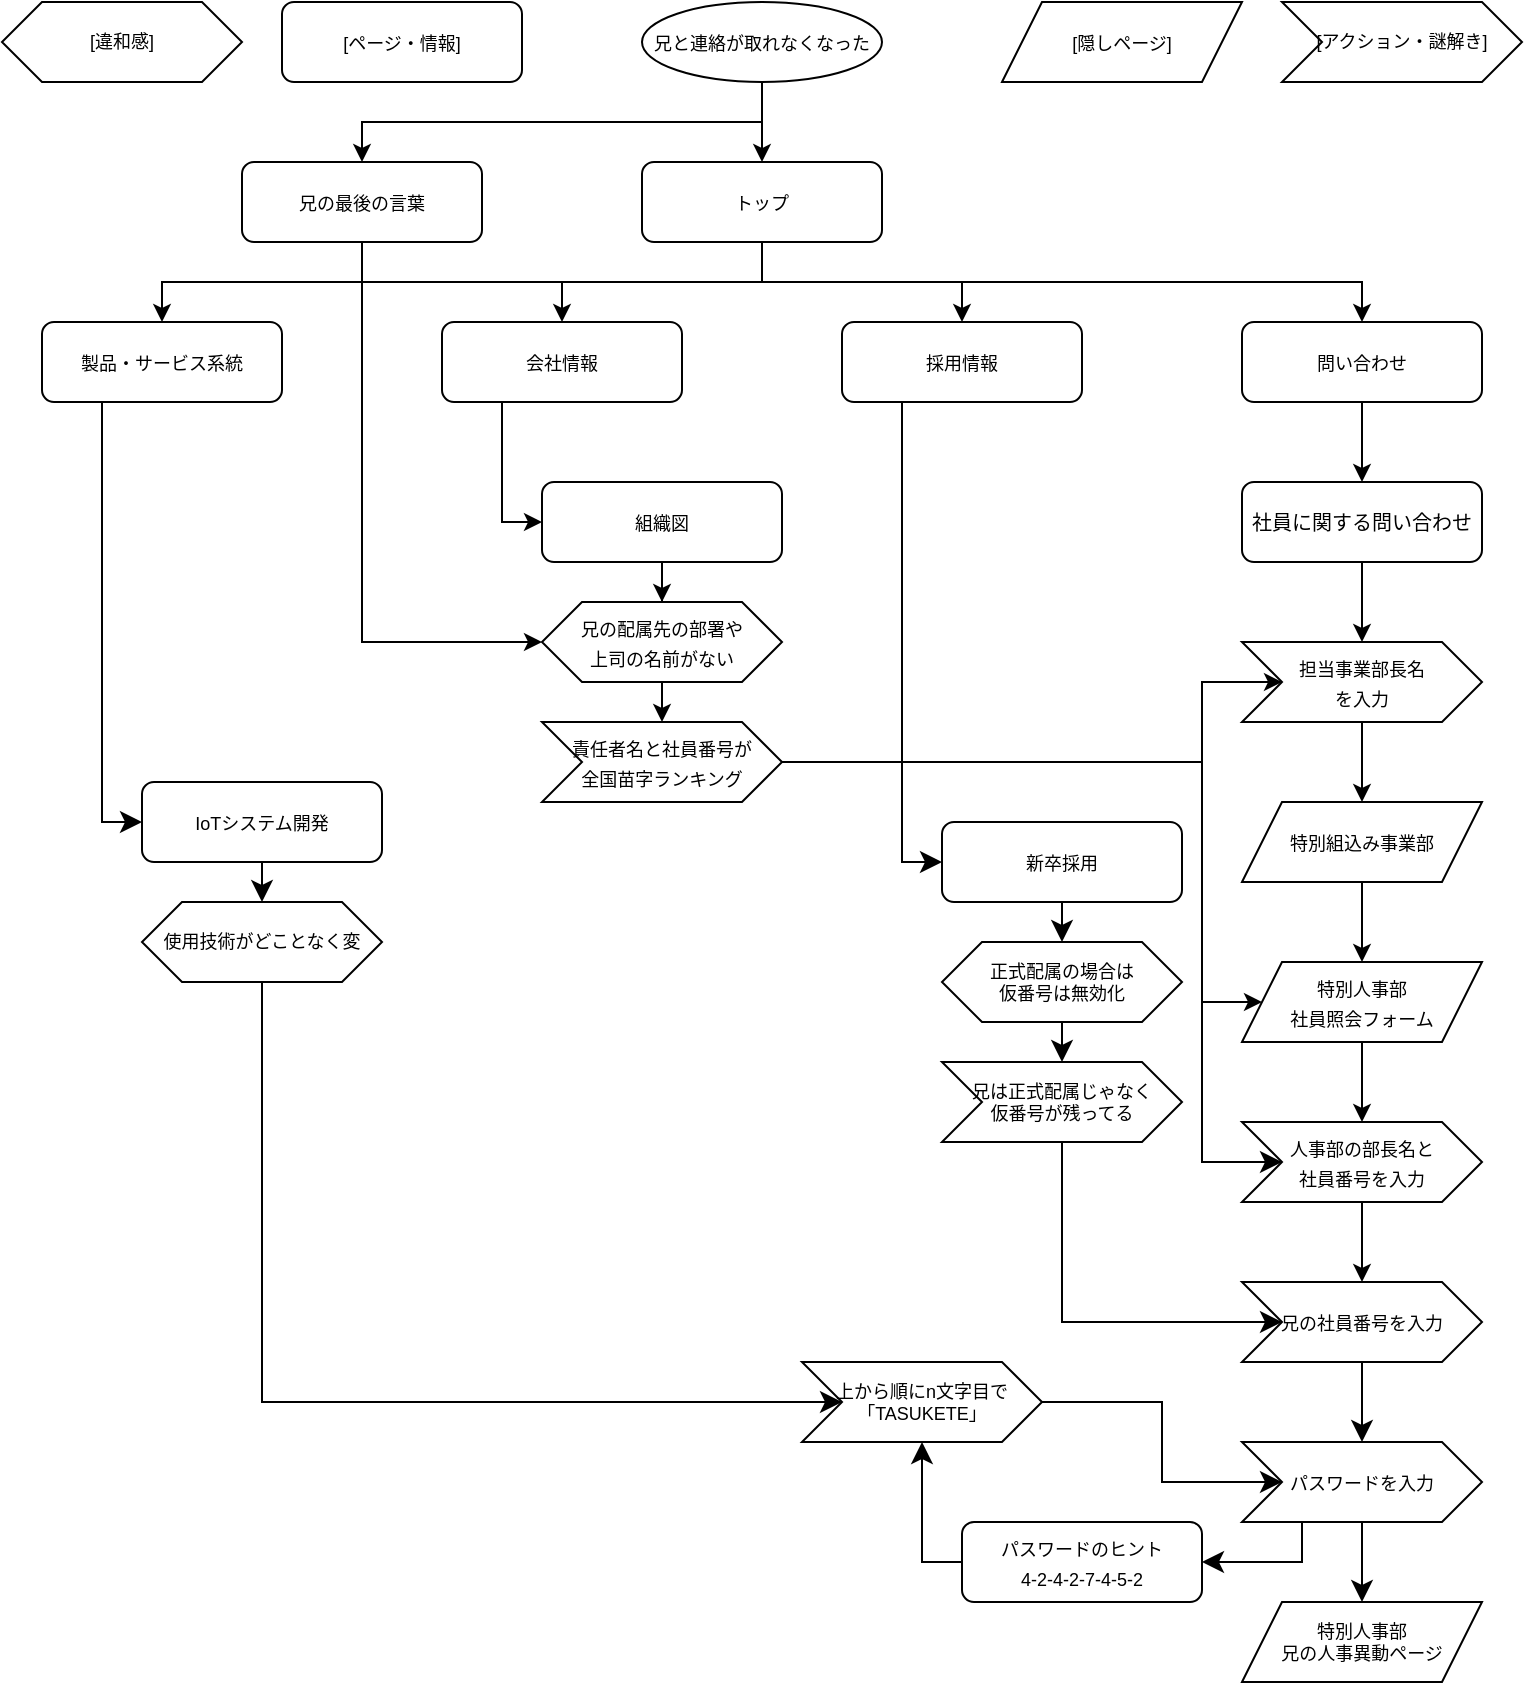
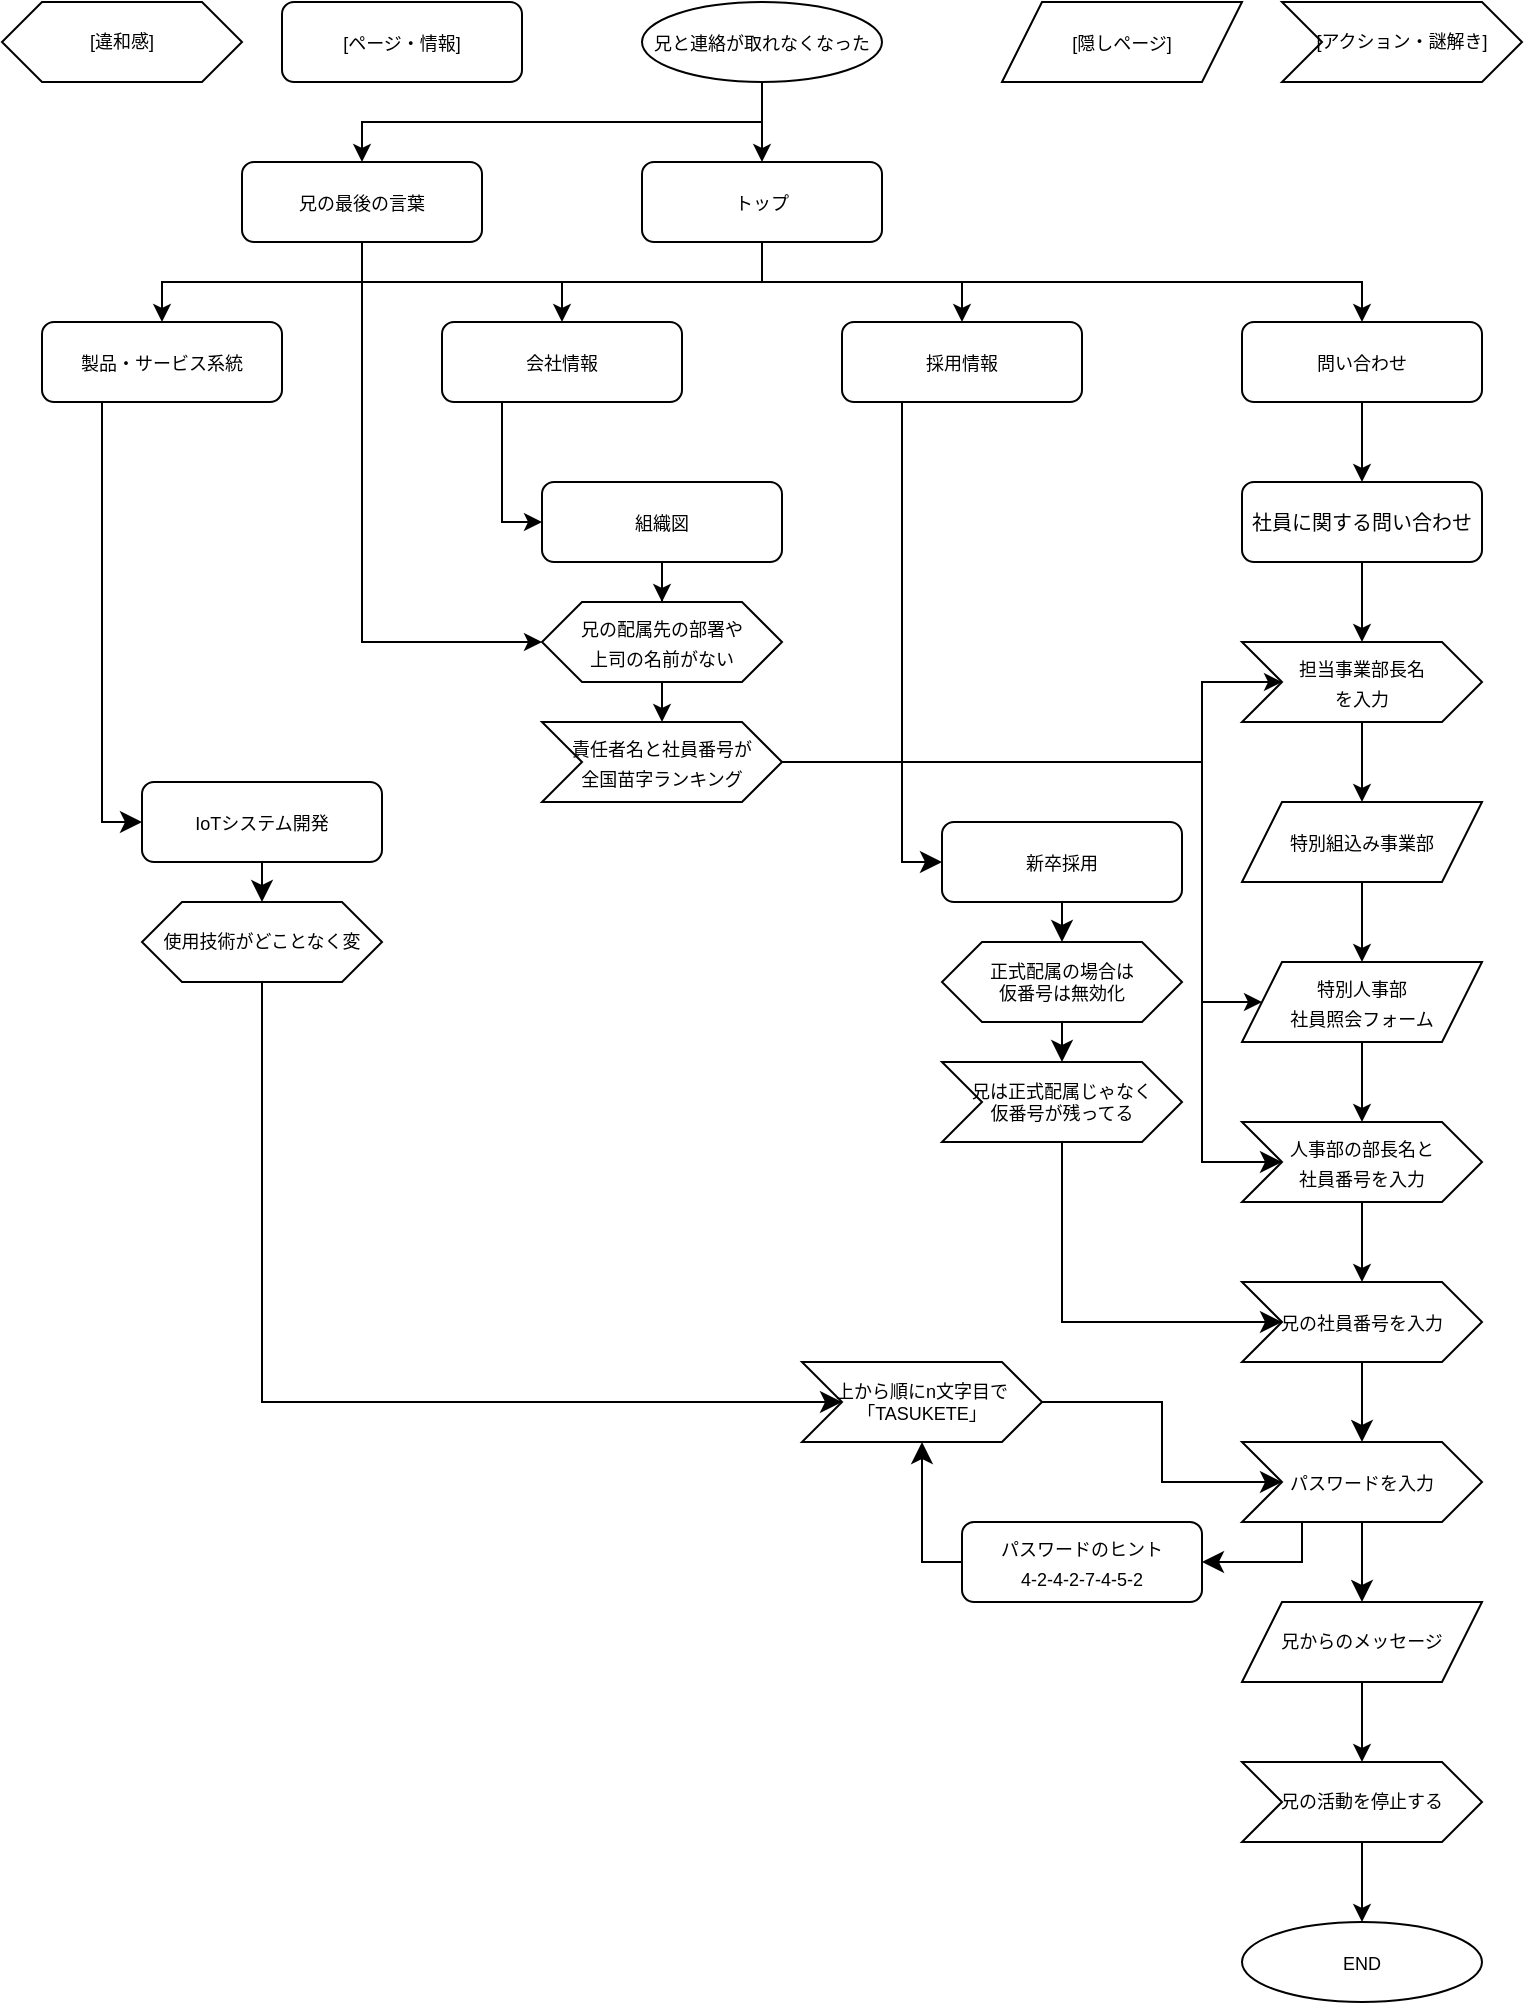
<mxfile host="app.diagrams.net">
  <diagram name="ページ-1" id="SspNnKsi7fuRaBvJYO7E">
-     <mxGraphModel dx="824" dy="568" grid="1" gridSize="10" guides="1" tooltips="1" connect="1" arrows="1" fold="1" page="1" pageScale="1" pageWidth="800" pageHeight="1169" math="0" shadow="0">
+     <mxGraphModel dx="858" dy="548" grid="1" gridSize="10" guides="1" tooltips="1" connect="1" arrows="1" fold="1" page="1" pageScale="1" pageWidth="800" pageHeight="1169" math="0" shadow="0">
      <root>
        <mxCell id="0" />
        <mxCell id="1" parent="0" />
        <mxCell id="Oz_Tc0_ftmsHe5I9UQDS-19" edge="1" parent="1" source="Oz_Tc0_ftmsHe5I9UQDS-2" style="edgeStyle=orthogonalEdgeStyle;rounded=0;orthogonalLoop=1;jettySize=auto;html=1;exitX=0.5;exitY=1;exitDx=0;exitDy=0;" target="Oz_Tc0_ftmsHe5I9UQDS-18">
          <mxGeometry relative="1" as="geometry" />
        </mxCell>
        <mxCell id="Oz_Tc0_ftmsHe5I9UQDS-51" edge="1" parent="1" source="Oz_Tc0_ftmsHe5I9UQDS-2" style="edgeStyle=orthogonalEdgeStyle;rounded=0;orthogonalLoop=1;jettySize=auto;html=1;exitX=0.5;exitY=1;exitDx=0;exitDy=0;entryX=0.5;entryY=0;entryDx=0;entryDy=0;" target="Oz_Tc0_ftmsHe5I9UQDS-55">
          <mxGeometry relative="1" as="geometry">
            <mxPoint x="260" y="120" as="targetPoint" />
          </mxGeometry>
        </mxCell>
        <mxCell id="Oz_Tc0_ftmsHe5I9UQDS-2" parent="1" style="ellipse;whiteSpace=wrap;html=1;" value="&lt;font style=&quot;font-size: 9px;&quot;&gt;兄と連絡が取れなくなった&lt;/font&gt;" vertex="1">
          <mxGeometry height="40" width="120" x="340" y="40" as="geometry" />
        </mxCell>
        <mxCell id="Oz_Tc0_ftmsHe5I9UQDS-24" edge="1" parent="1" source="Oz_Tc0_ftmsHe5I9UQDS-18" style="edgeStyle=orthogonalEdgeStyle;rounded=0;orthogonalLoop=1;jettySize=auto;html=1;exitX=0.5;exitY=1;exitDx=0;exitDy=0;entryX=0.5;entryY=0;entryDx=0;entryDy=0;" target="Oz_Tc0_ftmsHe5I9UQDS-23">
          <mxGeometry relative="1" as="geometry" />
        </mxCell>
        <mxCell id="Oz_Tc0_ftmsHe5I9UQDS-44" edge="1" parent="1" source="Oz_Tc0_ftmsHe5I9UQDS-18" style="edgeStyle=orthogonalEdgeStyle;rounded=0;orthogonalLoop=1;jettySize=auto;html=1;exitX=0.5;exitY=1;exitDx=0;exitDy=0;entryX=0.5;entryY=0;entryDx=0;entryDy=0;" target="Oz_Tc0_ftmsHe5I9UQDS-41">
          <mxGeometry relative="1" as="geometry" />
        </mxCell>
        <mxCell id="Oz_Tc0_ftmsHe5I9UQDS-45" edge="1" parent="1" source="Oz_Tc0_ftmsHe5I9UQDS-18" style="edgeStyle=orthogonalEdgeStyle;rounded=0;orthogonalLoop=1;jettySize=auto;html=1;exitX=0.5;exitY=1;exitDx=0;exitDy=0;entryX=0.5;entryY=0;entryDx=0;entryDy=0;" target="Oz_Tc0_ftmsHe5I9UQDS-42">
          <mxGeometry relative="1" as="geometry" />
        </mxCell>
        <mxCell id="Oz_Tc0_ftmsHe5I9UQDS-46" edge="1" parent="1" source="Oz_Tc0_ftmsHe5I9UQDS-18" style="edgeStyle=orthogonalEdgeStyle;rounded=0;orthogonalLoop=1;jettySize=auto;html=1;exitX=0.5;exitY=1;exitDx=0;exitDy=0;" target="Oz_Tc0_ftmsHe5I9UQDS-43">
          <mxGeometry relative="1" as="geometry" />
        </mxCell>
        <mxCell id="Oz_Tc0_ftmsHe5I9UQDS-18" parent="1" style="rounded=1;whiteSpace=wrap;html=1;" value="&lt;font style=&quot;font-size: 9px;&quot;&gt;トップ&lt;/font&gt;" vertex="1">
          <mxGeometry height="40" width="120" x="340" y="120" as="geometry" />
        </mxCell>
        <mxCell id="Oz_Tc0_ftmsHe5I9UQDS-37" edge="1" parent="1" source="Oz_Tc0_ftmsHe5I9UQDS-69" style="edgeStyle=orthogonalEdgeStyle;rounded=0;orthogonalLoop=1;jettySize=auto;html=1;exitX=0.5;exitY=1;exitDx=0;exitDy=0;entryX=0.5;entryY=0;entryDx=0;entryDy=0;" target="Oz_Tc0_ftmsHe5I9UQDS-35">
          <mxGeometry relative="1" as="geometry" />
        </mxCell>
        <mxCell id="Oz_Tc0_ftmsHe5I9UQDS-25" edge="1" parent="1" source="Oz_Tc0_ftmsHe5I9UQDS-23" style="edgeStyle=orthogonalEdgeStyle;rounded=0;orthogonalLoop=1;jettySize=auto;html=1;exitX=0.5;exitY=1;exitDx=0;exitDy=0;entryX=0.5;entryY=0;entryDx=0;entryDy=0;" target="Oz_Tc0_ftmsHe5I9UQDS-69">
          <mxGeometry relative="1" as="geometry" />
        </mxCell>
        <mxCell id="Oz_Tc0_ftmsHe5I9UQDS-23" parent="1" style="rounded=1;whiteSpace=wrap;html=1;" value="&lt;font style=&quot;font-size: 9px;&quot;&gt;問い合わせ&lt;/font&gt;" vertex="1">
          <mxGeometry height="40" width="120" x="640" y="200" as="geometry" />
        </mxCell>
        <mxCell id="Oz_Tc0_ftmsHe5I9UQDS-27" parent="1" style="rounded=1;whiteSpace=wrap;html=1;" value="&lt;font style=&quot;font-size: 9px;&quot;&gt;[ページ・情報]&lt;/font&gt;" vertex="1">
          <mxGeometry height="40" width="120" x="160" y="40" as="geometry" />
        </mxCell>
        <mxCell id="Oz_Tc0_ftmsHe5I9UQDS-29" parent="1" style="shape=hexagon;perimeter=hexagonPerimeter2;whiteSpace=wrap;html=1;fixedSize=1;fontSize=9;" value="&lt;font&gt;[違和感]&lt;/font&gt;" vertex="1">
          <mxGeometry height="40" width="120" x="20" y="40" as="geometry" />
        </mxCell>
        <mxCell id="Oz_Tc0_ftmsHe5I9UQDS-31" parent="1" style="shape=parallelogram;perimeter=parallelogramPerimeter;whiteSpace=wrap;html=1;fixedSize=1;" value="&lt;font style=&quot;font-size: 9px;&quot;&gt;[隠しページ]&lt;/font&gt;" vertex="1">
          <mxGeometry height="40" width="120" x="520" y="40" as="geometry" />
        </mxCell>
        <mxCell id="Oz_Tc0_ftmsHe5I9UQDS-34" parent="1" style="shape=step;perimeter=stepPerimeter;whiteSpace=wrap;html=1;fixedSize=1;fontSize=9;" value="&lt;font&gt;[アクション・謎解き]&lt;/font&gt;" vertex="1">
          <mxGeometry height="40" width="120" x="660" y="40" as="geometry" />
        </mxCell>
        <mxCell id="Oz_Tc0_ftmsHe5I9UQDS-39" edge="1" parent="1" source="Oz_Tc0_ftmsHe5I9UQDS-35" style="edgeStyle=orthogonalEdgeStyle;rounded=0;orthogonalLoop=1;jettySize=auto;html=1;exitX=0.5;exitY=1;exitDx=0;exitDy=0;entryX=0.5;entryY=0;entryDx=0;entryDy=0;" target="Oz_Tc0_ftmsHe5I9UQDS-38">
          <mxGeometry relative="1" as="geometry" />
        </mxCell>
        <mxCell id="Oz_Tc0_ftmsHe5I9UQDS-35" parent="1" style="shape=step;perimeter=stepPerimeter;whiteSpace=wrap;html=1;fixedSize=1;" value="&lt;font style=&quot;font-size: 9px;&quot;&gt;担当事業部長名&lt;/font&gt;&lt;div&gt;&lt;span style=&quot;font-size: 9px; background-color: transparent; color: light-dark(rgb(0, 0, 0), rgb(255, 255, 255));&quot;&gt;を入力&lt;/span&gt;&lt;/div&gt;" vertex="1">
          <mxGeometry height="40" width="120" x="640" y="360" as="geometry" />
        </mxCell>
        <mxCell id="yNmSESkKe9NjBtatHqW6-9" edge="1" parent="1" source="Oz_Tc0_ftmsHe5I9UQDS-38" style="edgeStyle=orthogonalEdgeStyle;rounded=0;orthogonalLoop=1;jettySize=auto;html=1;exitX=0.5;exitY=1;exitDx=0;exitDy=0;" target="yNmSESkKe9NjBtatHqW6-6">
          <mxGeometry relative="1" as="geometry" />
        </mxCell>
        <mxCell id="Oz_Tc0_ftmsHe5I9UQDS-38" parent="1" style="shape=parallelogram;perimeter=parallelogramPerimeter;whiteSpace=wrap;html=1;fixedSize=1;" value="&lt;font style=&quot;font-size: 9px;&quot;&gt;特別組込み事業部&lt;/font&gt;" vertex="1">
          <mxGeometry height="40" width="120" x="640" y="440" as="geometry" />
        </mxCell>
        <mxCell id="8jVOORBlu2fCqjkz3l5s-9" edge="1" parent="1" source="Oz_Tc0_ftmsHe5I9UQDS-41" style="edgeStyle=none;curved=0;rounded=0;orthogonalLoop=1;jettySize=auto;html=1;exitX=0.25;exitY=1;exitDx=0;exitDy=0;entryX=0;entryY=0.5;entryDx=0;entryDy=0;fontSize=12;startSize=8;endSize=8;" target="8jVOORBlu2fCqjkz3l5s-8">
          <mxGeometry relative="1" as="geometry">
            <Array as="points">
              <mxPoint x="470" y="470" />
            </Array>
          </mxGeometry>
        </mxCell>
        <mxCell id="Oz_Tc0_ftmsHe5I9UQDS-41" parent="1" style="rounded=1;whiteSpace=wrap;html=1;" value="&lt;font style=&quot;font-size: 9px;&quot;&gt;採用情報&lt;/font&gt;" vertex="1">
          <mxGeometry height="40" width="120" x="440" y="200" as="geometry" />
        </mxCell>
        <mxCell id="Oz_Tc0_ftmsHe5I9UQDS-48" edge="1" parent="1" source="Oz_Tc0_ftmsHe5I9UQDS-42" style="edgeStyle=orthogonalEdgeStyle;rounded=0;orthogonalLoop=1;jettySize=auto;html=1;exitX=0.25;exitY=1;exitDx=0;exitDy=0;entryX=0;entryY=0.5;entryDx=0;entryDy=0;" target="Oz_Tc0_ftmsHe5I9UQDS-47">
          <mxGeometry relative="1" as="geometry" />
        </mxCell>
        <mxCell id="Oz_Tc0_ftmsHe5I9UQDS-42" parent="1" style="rounded=1;whiteSpace=wrap;html=1;" value="&lt;font style=&quot;font-size: 9px;&quot;&gt;会社情報&lt;/font&gt;" vertex="1">
          <mxGeometry height="40" width="120" x="240" y="200" as="geometry" />
        </mxCell>
        <mxCell id="8jVOORBlu2fCqjkz3l5s-18" edge="1" parent="1" source="Oz_Tc0_ftmsHe5I9UQDS-43" style="edgeStyle=none;curved=0;rounded=0;orthogonalLoop=1;jettySize=auto;html=1;exitX=0.25;exitY=1;exitDx=0;exitDy=0;fontSize=12;startSize=8;endSize=8;" target="8jVOORBlu2fCqjkz3l5s-16">
          <mxGeometry relative="1" as="geometry">
            <Array as="points">
              <mxPoint x="70" y="450" />
            </Array>
          </mxGeometry>
        </mxCell>
        <mxCell id="Oz_Tc0_ftmsHe5I9UQDS-43" parent="1" style="rounded=1;whiteSpace=wrap;html=1;" value="&lt;font style=&quot;font-size: 9px;&quot;&gt;製品・サービス系統&lt;/font&gt;" vertex="1">
          <mxGeometry height="40" width="120" x="40" y="200" as="geometry" />
        </mxCell>
        <mxCell id="Oz_Tc0_ftmsHe5I9UQDS-62" edge="1" parent="1" source="Oz_Tc0_ftmsHe5I9UQDS-47" style="edgeStyle=orthogonalEdgeStyle;rounded=0;orthogonalLoop=1;jettySize=auto;html=1;exitX=0.5;exitY=1;exitDx=0;exitDy=0;" target="Oz_Tc0_ftmsHe5I9UQDS-49">
          <mxGeometry relative="1" as="geometry" />
        </mxCell>
        <mxCell id="Oz_Tc0_ftmsHe5I9UQDS-47" parent="1" style="rounded=1;whiteSpace=wrap;html=1;" value="&lt;font style=&quot;font-size: 9px;&quot;&gt;組織図&lt;/font&gt;" vertex="1">
          <mxGeometry height="40" width="120" x="290" y="280" as="geometry" />
        </mxCell>
        <mxCell id="Oz_Tc0_ftmsHe5I9UQDS-64" edge="1" parent="1" source="Oz_Tc0_ftmsHe5I9UQDS-49" style="edgeStyle=orthogonalEdgeStyle;rounded=0;orthogonalLoop=1;jettySize=auto;html=1;exitX=0.5;exitY=1;exitDx=0;exitDy=0;entryX=0.5;entryY=0;entryDx=0;entryDy=0;" target="Oz_Tc0_ftmsHe5I9UQDS-63">
          <mxGeometry relative="1" as="geometry" />
        </mxCell>
        <mxCell id="Oz_Tc0_ftmsHe5I9UQDS-49" parent="1" style="shape=hexagon;perimeter=hexagonPerimeter2;whiteSpace=wrap;html=1;fixedSize=1;" value="&lt;font style=&quot;font-size: 9px;&quot;&gt;兄の配属先の&lt;/font&gt;&lt;font style=&quot;background-color: transparent; color: light-dark(rgb(0, 0, 0), rgb(255, 255, 255)); font-size: 9px;&quot;&gt;部署や&lt;/font&gt;&lt;div&gt;&lt;font style=&quot;background-color: transparent; color: light-dark(rgb(0, 0, 0), rgb(255, 255, 255)); font-size: 9px;&quot;&gt;上司の&lt;/font&gt;&lt;span style=&quot;background-color: transparent; color: light-dark(rgb(0, 0, 0), rgb(255, 255, 255)); font-size: 9px;&quot;&gt;名前がない&lt;/span&gt;&lt;/div&gt;" vertex="1">
          <mxGeometry height="40" width="120" x="290" y="340" as="geometry" />
        </mxCell>
        <mxCell id="Oz_Tc0_ftmsHe5I9UQDS-57" edge="1" parent="1" source="Oz_Tc0_ftmsHe5I9UQDS-55" style="edgeStyle=orthogonalEdgeStyle;rounded=0;orthogonalLoop=1;jettySize=auto;html=1;exitX=0.5;exitY=1;exitDx=0;exitDy=0;entryX=0;entryY=0.5;entryDx=0;entryDy=0;" target="Oz_Tc0_ftmsHe5I9UQDS-49">
          <mxGeometry relative="1" as="geometry" />
        </mxCell>
        <mxCell id="Oz_Tc0_ftmsHe5I9UQDS-55" parent="1" style="rounded=1;whiteSpace=wrap;html=1;" value="&lt;font style=&quot;font-size: 9px;&quot;&gt;兄の最後の言葉&lt;/font&gt;" vertex="1">
          <mxGeometry height="40" width="120" x="140" y="120" as="geometry" />
        </mxCell>
        <mxCell id="Oz_Tc0_ftmsHe5I9UQDS-65" edge="1" parent="1" source="Oz_Tc0_ftmsHe5I9UQDS-63" style="edgeStyle=orthogonalEdgeStyle;rounded=0;orthogonalLoop=1;jettySize=auto;html=1;exitX=1;exitY=0.5;exitDx=0;exitDy=0;entryX=0;entryY=0.5;entryDx=0;entryDy=0;" target="Oz_Tc0_ftmsHe5I9UQDS-35">
          <mxGeometry relative="1" as="geometry">
            <Array as="points">
              <mxPoint x="620" y="420" />
              <mxPoint x="620" y="380" />
            </Array>
          </mxGeometry>
        </mxCell>
        <mxCell id="yNmSESkKe9NjBtatHqW6-3" edge="1" parent="1" source="Oz_Tc0_ftmsHe5I9UQDS-63" style="edgeStyle=orthogonalEdgeStyle;rounded=0;orthogonalLoop=1;jettySize=auto;html=1;exitX=1;exitY=0.5;exitDx=0;exitDy=0;entryX=0;entryY=0.5;entryDx=0;entryDy=0;" target="yNmSESkKe9NjBtatHqW6-6">
          <mxGeometry relative="1" as="geometry">
            <Array as="points">
              <mxPoint x="620" y="420" />
              <mxPoint x="620" y="540" />
            </Array>
            <mxPoint x="660" y="540" as="targetPoint" />
          </mxGeometry>
        </mxCell>
        <mxCell id="8jVOORBlu2fCqjkz3l5s-7" edge="1" parent="1" source="Oz_Tc0_ftmsHe5I9UQDS-63" style="edgeStyle=none;curved=0;rounded=0;orthogonalLoop=1;jettySize=auto;html=1;exitX=1;exitY=0.5;exitDx=0;exitDy=0;entryX=0;entryY=0.5;entryDx=0;entryDy=0;fontSize=12;startSize=8;endSize=8;strokeColor=default;" target="yNmSESkKe9NjBtatHqW6-10">
          <mxGeometry relative="1" as="geometry">
            <Array as="points">
              <mxPoint x="620" y="420" />
              <mxPoint x="620" y="620" />
            </Array>
          </mxGeometry>
        </mxCell>
        <mxCell id="Oz_Tc0_ftmsHe5I9UQDS-63" parent="1" style="shape=step;perimeter=stepPerimeter;whiteSpace=wrap;html=1;fixedSize=1;" value="&lt;font style=&quot;font-size: 9px;&quot;&gt;責任者名と社員番号が&lt;/font&gt;&lt;div&gt;&lt;div&gt;&lt;font style=&quot;font-size: 9px;&quot;&gt;全国苗字ランキング&lt;/font&gt;&lt;/div&gt;&lt;/div&gt;" vertex="1">
          <mxGeometry height="40" width="120" x="290" y="400" as="geometry" />
        </mxCell>
        <mxCell id="Oz_Tc0_ftmsHe5I9UQDS-69" parent="1" style="rounded=1;whiteSpace=wrap;html=1;" value="&lt;font size=&quot;1&quot;&gt;社員に関する問い合わせ&lt;/font&gt;" vertex="1">
          <mxGeometry height="40" width="120" x="640" y="280" as="geometry" />
        </mxCell>
        <mxCell id="yNmSESkKe9NjBtatHqW6-11" edge="1" parent="1" source="yNmSESkKe9NjBtatHqW6-6" style="edgeStyle=orthogonalEdgeStyle;rounded=0;orthogonalLoop=1;jettySize=auto;html=1;exitX=0.5;exitY=1;exitDx=0;exitDy=0;entryX=0.5;entryY=0;entryDx=0;entryDy=0;" target="yNmSESkKe9NjBtatHqW6-10">
          <mxGeometry relative="1" as="geometry" />
        </mxCell>
        <mxCell id="yNmSESkKe9NjBtatHqW6-6" parent="1" style="shape=parallelogram;perimeter=parallelogramPerimeter;whiteSpace=wrap;html=1;fixedSize=1;" value="&lt;font style=&quot;font-size: 9px;&quot;&gt;特別人事部&lt;/font&gt;&lt;div&gt;&lt;font style=&quot;font-size: 9px;&quot;&gt;社員照会フォーム&lt;/font&gt;&lt;/div&gt;" vertex="1">
          <mxGeometry height="40" width="120" x="640" y="520" as="geometry" />
        </mxCell>
        <mxCell id="yNmSESkKe9NjBtatHqW6-13" edge="1" parent="1" source="yNmSESkKe9NjBtatHqW6-10" style="edgeStyle=orthogonalEdgeStyle;rounded=0;orthogonalLoop=1;jettySize=auto;html=1;exitX=0.5;exitY=1;exitDx=0;exitDy=0;entryX=0.5;entryY=0;entryDx=0;entryDy=0;" target="yNmSESkKe9NjBtatHqW6-12">
          <mxGeometry relative="1" as="geometry" />
        </mxCell>
        <mxCell id="yNmSESkKe9NjBtatHqW6-10" parent="1" style="shape=step;perimeter=stepPerimeter;whiteSpace=wrap;html=1;fixedSize=1;" value="&lt;font style=&quot;font-size: 9px;&quot;&gt;人事部の部長名と&lt;/font&gt;&lt;div&gt;&lt;font style=&quot;font-size: 9px;&quot;&gt;社員番号を入力&lt;/font&gt;&lt;/div&gt;" vertex="1">
          <mxGeometry height="40" width="120" x="640" y="600" as="geometry" />
        </mxCell>
        <mxCell id="8jVOORBlu2fCqjkz3l5s-2" edge="1" parent="1" source="yNmSESkKe9NjBtatHqW6-12" style="edgeStyle=none;curved=1;rounded=0;orthogonalLoop=1;jettySize=auto;html=1;exitX=0.5;exitY=1;exitDx=0;exitDy=0;entryX=0.5;entryY=0;entryDx=0;entryDy=0;fontSize=12;startSize=8;endSize=8;" target="8jVOORBlu2fCqjkz3l5s-1">
          <mxGeometry relative="1" as="geometry" />
        </mxCell>
        <mxCell id="yNmSESkKe9NjBtatHqW6-12" parent="1" style="shape=step;perimeter=stepPerimeter;whiteSpace=wrap;html=1;fixedSize=1;" value="&lt;font style=&quot;font-size: 9px;&quot;&gt;兄の社員番号を入力&lt;/font&gt;" vertex="1">
          <mxGeometry height="40" width="120" x="640" y="680" as="geometry" />
        </mxCell>
        <mxCell id="8jVOORBlu2fCqjkz3l5s-4" edge="1" parent="1" source="8jVOORBlu2fCqjkz3l5s-1" style="edgeStyle=none;curved=1;rounded=0;orthogonalLoop=1;jettySize=auto;html=1;exitX=0.5;exitY=1;exitDx=0;exitDy=0;entryX=0.5;entryY=0;entryDx=0;entryDy=0;fontSize=12;startSize=8;endSize=8;" target="8jVOORBlu2fCqjkz3l5s-3">
          <mxGeometry relative="1" as="geometry" />
        </mxCell>
        <mxCell id="8jVOORBlu2fCqjkz3l5s-22" edge="1" parent="1" source="8jVOORBlu2fCqjkz3l5s-1" style="edgeStyle=none;curved=0;rounded=0;orthogonalLoop=1;jettySize=auto;html=1;exitX=0.25;exitY=1;exitDx=0;exitDy=0;entryX=1;entryY=0.5;entryDx=0;entryDy=0;fontSize=12;startSize=8;endSize=8;">
          <mxGeometry relative="1" as="geometry">
            <Array as="points">
              <mxPoint x="670" y="820" />
            </Array>
            <mxPoint x="620" y="820" as="targetPoint" />
          </mxGeometry>
        </mxCell>
        <mxCell id="8jVOORBlu2fCqjkz3l5s-1" parent="1" style="shape=step;perimeter=stepPerimeter;whiteSpace=wrap;html=1;fixedSize=1;" value="&lt;font style=&quot;font-size: 9px;&quot;&gt;パスワードを入力&lt;/font&gt;" vertex="1">
          <mxGeometry height="40" width="120" x="640" y="760" as="geometry" />
        </mxCell>
-         <mxCell id="8jVOORBlu2fCqjkz3l5s-3" parent="1" style="shape=parallelogram;perimeter=parallelogramPerimeter;whiteSpace=wrap;html=1;fixedSize=1;fontSize=9;" value="&lt;font&gt;特別人事部&lt;/font&gt;&lt;div&gt;&lt;font&gt;兄の人事異動ページ&lt;/font&gt;&lt;/div&gt;" vertex="1">
+         <mxCell id="xfFwBiJGgMLlpotGGTT_-2" edge="1" parent="1" source="8jVOORBlu2fCqjkz3l5s-3" style="edgeStyle=orthogonalEdgeStyle;rounded=0;orthogonalLoop=1;jettySize=auto;html=1;exitX=0.5;exitY=1;exitDx=0;exitDy=0;" target="xfFwBiJGgMLlpotGGTT_-1">
+           <mxGeometry relative="1" as="geometry" />
+         </mxCell>
+         <mxCell id="8jVOORBlu2fCqjkz3l5s-3" parent="1" style="shape=parallelogram;perimeter=parallelogramPerimeter;whiteSpace=wrap;html=1;fixedSize=1;fontSize=9;" value="兄からのメッセージ" vertex="1">
          <mxGeometry height="40" width="120" x="640" y="840" as="geometry" />
        </mxCell>
        <mxCell id="8jVOORBlu2fCqjkz3l5s-12" edge="1" parent="1" source="8jVOORBlu2fCqjkz3l5s-8" style="edgeStyle=none;curved=1;rounded=0;orthogonalLoop=1;jettySize=auto;html=1;exitX=0.5;exitY=1;exitDx=0;exitDy=0;entryX=0.5;entryY=0;entryDx=0;entryDy=0;fontSize=12;startSize=8;endSize=8;" target="8jVOORBlu2fCqjkz3l5s-10">
          <mxGeometry relative="1" as="geometry" />
        </mxCell>
        <mxCell id="8jVOORBlu2fCqjkz3l5s-8" parent="1" style="rounded=1;whiteSpace=wrap;html=1;" value="&lt;font style=&quot;font-size: 9px;&quot;&gt;新卒採用&lt;/font&gt;" vertex="1">
          <mxGeometry height="40" width="120" x="490" y="450" as="geometry" />
        </mxCell>
        <mxCell id="8jVOORBlu2fCqjkz3l5s-14" edge="1" parent="1" source="8jVOORBlu2fCqjkz3l5s-10" style="edgeStyle=none;curved=1;rounded=0;orthogonalLoop=1;jettySize=auto;html=1;exitX=0.5;exitY=1;exitDx=0;exitDy=0;entryX=0.5;entryY=0;entryDx=0;entryDy=0;fontSize=12;startSize=8;endSize=8;" target="8jVOORBlu2fCqjkz3l5s-13">
          <mxGeometry relative="1" as="geometry" />
        </mxCell>
        <mxCell id="8jVOORBlu2fCqjkz3l5s-10" parent="1" style="shape=hexagon;perimeter=hexagonPerimeter2;whiteSpace=wrap;html=1;fixedSize=1;fontSize=9;" value="&lt;font&gt;正式配属の場合は&lt;/font&gt;&lt;div&gt;&lt;font&gt;仮番号は無効化&lt;/font&gt;&lt;/div&gt;" vertex="1">
          <mxGeometry height="40" width="120" x="490" y="510" as="geometry" />
        </mxCell>
        <mxCell id="8jVOORBlu2fCqjkz3l5s-15" edge="1" parent="1" source="8jVOORBlu2fCqjkz3l5s-13" style="edgeStyle=none;curved=0;rounded=0;orthogonalLoop=1;jettySize=auto;html=1;exitX=0.5;exitY=1;exitDx=0;exitDy=0;entryX=0;entryY=0.5;entryDx=0;entryDy=0;fontSize=12;startSize=8;endSize=8;" target="yNmSESkKe9NjBtatHqW6-12">
          <mxGeometry relative="1" as="geometry">
            <Array as="points">
              <mxPoint x="550" y="700" />
            </Array>
          </mxGeometry>
        </mxCell>
        <mxCell id="8jVOORBlu2fCqjkz3l5s-13" parent="1" style="shape=step;perimeter=stepPerimeter;whiteSpace=wrap;html=1;fixedSize=1;fontSize=9;" value="&lt;font&gt;兄は正式配属じゃなく&lt;/font&gt;&lt;div&gt;&lt;font&gt;仮番号が残ってる&lt;/font&gt;&lt;/div&gt;" vertex="1">
          <mxGeometry height="40" width="120" x="490" y="570" as="geometry" />
        </mxCell>
        <mxCell id="8jVOORBlu2fCqjkz3l5s-20" edge="1" parent="1" source="8jVOORBlu2fCqjkz3l5s-16" style="edgeStyle=none;curved=1;rounded=0;orthogonalLoop=1;jettySize=auto;html=1;exitX=0.5;exitY=1;exitDx=0;exitDy=0;entryX=0.5;entryY=0;entryDx=0;entryDy=0;fontSize=12;startSize=8;endSize=8;" target="8jVOORBlu2fCqjkz3l5s-19">
          <mxGeometry relative="1" as="geometry" />
        </mxCell>
        <mxCell id="8jVOORBlu2fCqjkz3l5s-16" parent="1" style="rounded=1;whiteSpace=wrap;html=1;" value="&lt;font style=&quot;font-size: 9px;&quot;&gt;IoTシステム開発&lt;/font&gt;" vertex="1">
          <mxGeometry height="40" width="120" x="90" y="430" as="geometry" />
        </mxCell>
        <mxCell id="8jVOORBlu2fCqjkz3l5s-26" edge="1" parent="1" source="8jVOORBlu2fCqjkz3l5s-19" style="edgeStyle=none;curved=0;rounded=0;orthogonalLoop=1;jettySize=auto;html=1;exitX=0.5;exitY=1;exitDx=0;exitDy=0;entryX=0;entryY=0.5;entryDx=0;entryDy=0;fontSize=12;startSize=8;endSize=8;" target="8jVOORBlu2fCqjkz3l5s-23">
          <mxGeometry relative="1" as="geometry">
            <Array as="points">
              <mxPoint x="150" y="740" />
            </Array>
          </mxGeometry>
        </mxCell>
        <mxCell id="8jVOORBlu2fCqjkz3l5s-19" parent="1" style="shape=hexagon;perimeter=hexagonPerimeter2;whiteSpace=wrap;html=1;fixedSize=1;fontSize=9;" value="&lt;font&gt;使用技術がどことなく&lt;/font&gt;&lt;span style=&quot;background-color: transparent; color: light-dark(rgb(0, 0, 0), rgb(255, 255, 255));&quot;&gt;変&lt;/span&gt;" vertex="1">
          <mxGeometry height="40" width="120" x="90" y="490" as="geometry" />
        </mxCell>
        <mxCell id="8jVOORBlu2fCqjkz3l5s-25" edge="1" parent="1" source="8jVOORBlu2fCqjkz3l5s-23" style="edgeStyle=none;curved=0;rounded=0;orthogonalLoop=1;jettySize=auto;html=1;exitX=1;exitY=0.5;exitDx=0;exitDy=0;entryX=0;entryY=0.5;entryDx=0;entryDy=0;fontSize=12;startSize=8;endSize=8;" target="8jVOORBlu2fCqjkz3l5s-1">
          <mxGeometry relative="1" as="geometry">
            <Array as="points">
              <mxPoint x="600" y="740" />
              <mxPoint x="600" y="780" />
            </Array>
          </mxGeometry>
        </mxCell>
        <mxCell id="8jVOORBlu2fCqjkz3l5s-23" parent="1" style="shape=step;perimeter=stepPerimeter;whiteSpace=wrap;html=1;fixedSize=1;fontSize=9;" value="&lt;font&gt;上から順にn文字目で&lt;/font&gt;&lt;div&gt;&lt;font&gt;「TASUKETE」&lt;/font&gt;&lt;/div&gt;" vertex="1">
          <mxGeometry height="40" width="120" x="420" y="720" as="geometry" />
        </mxCell>
        <mxCell id="8jVOORBlu2fCqjkz3l5s-24" edge="1" parent="1" style="edgeStyle=none;curved=0;rounded=0;orthogonalLoop=1;jettySize=auto;html=1;exitX=0;exitY=0.5;exitDx=0;exitDy=0;entryX=0.5;entryY=1;entryDx=0;entryDy=0;fontSize=12;startSize=8;endSize=8;" target="8jVOORBlu2fCqjkz3l5s-23">
          <mxGeometry relative="1" as="geometry">
            <Array as="points">
              <mxPoint x="480" y="820" />
            </Array>
            <mxPoint x="500" y="820" as="sourcePoint" />
          </mxGeometry>
        </mxCell>
        <mxCell id="8jVOORBlu2fCqjkz3l5s-27" parent="1" style="rounded=1;whiteSpace=wrap;html=1;" value="&lt;font style=&quot;font-size: 9px;&quot;&gt;パスワードのヒント&lt;/font&gt;&lt;div&gt;&lt;font style=&quot;font-size: 9px;&quot;&gt;4-2-4-2-7-4-5-2&lt;/font&gt;&lt;/div&gt;" vertex="1">
          <mxGeometry height="40" width="120" x="500" y="800" as="geometry" />
+         </mxCell>
+         <mxCell id="xfFwBiJGgMLlpotGGTT_-4" edge="1" parent="1" source="xfFwBiJGgMLlpotGGTT_-1" style="edgeStyle=orthogonalEdgeStyle;rounded=0;orthogonalLoop=1;jettySize=auto;html=1;exitX=0.5;exitY=1;exitDx=0;exitDy=0;entryX=0.5;entryY=0;entryDx=0;entryDy=0;" target="xfFwBiJGgMLlpotGGTT_-3">
+           <mxGeometry relative="1" as="geometry" />
+         </mxCell>
+         <mxCell id="xfFwBiJGgMLlpotGGTT_-1" parent="1" style="shape=step;perimeter=stepPerimeter;whiteSpace=wrap;html=1;fixedSize=1;fontSize=9;" value="&lt;font&gt;兄の活動を停止する&lt;/font&gt;" vertex="1">
+           <mxGeometry height="40" width="120" x="640" y="920" as="geometry" />
+         </mxCell>
+         <mxCell id="xfFwBiJGgMLlpotGGTT_-3" parent="1" style="ellipse;whiteSpace=wrap;html=1;" value="&lt;font style=&quot;font-size: 9px;&quot;&gt;END&lt;/font&gt;" vertex="1">
+           <mxGeometry height="40" width="120" x="640" y="1000" as="geometry" />
        </mxCell>
      </root>
    </mxGraphModel>
  </diagram>
</mxfile>
